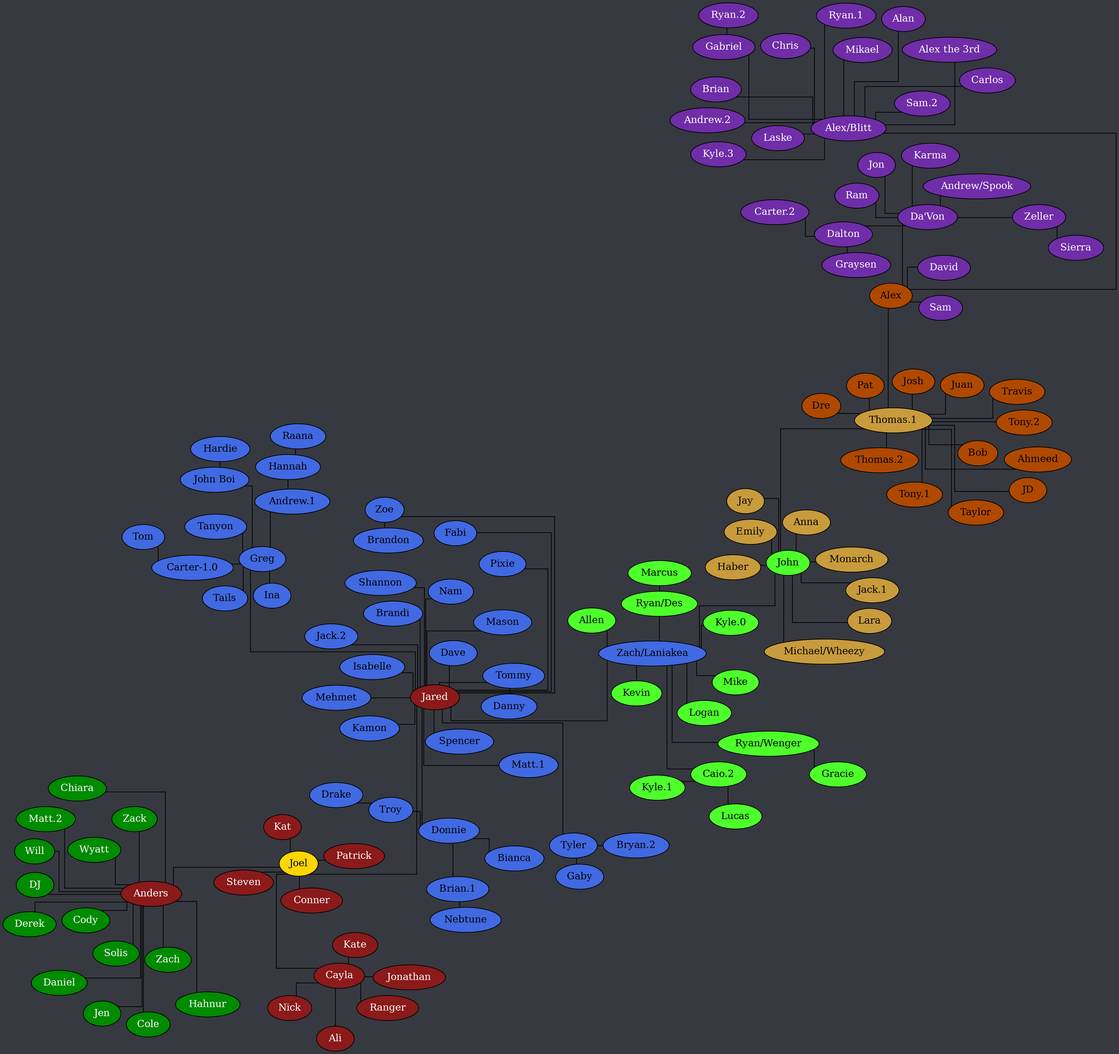
Before: tree.png, a diagram exported from Graphviz (Documidas/CoronaCatzFamilyTree). Its source is kept beside it as tree.dot.
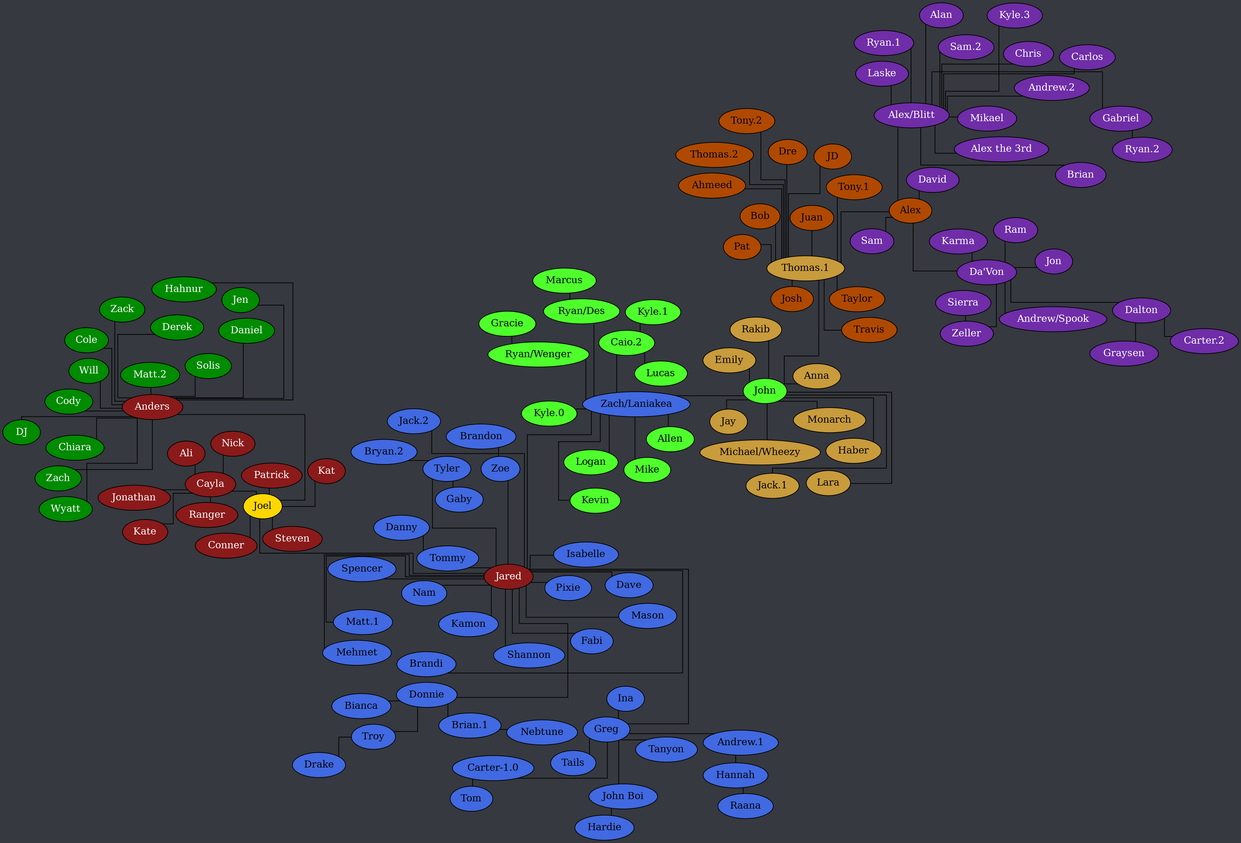
After the change.

The edit, as a diff of the source:
```diff
@@ -119,6 +119,7 @@
 		John -- "Jack.1";
 		John -- Lara;
 		John -- Monarch;
+		John -- Rakib;
 		John -- "Thomas.1";
 	}
 
```
